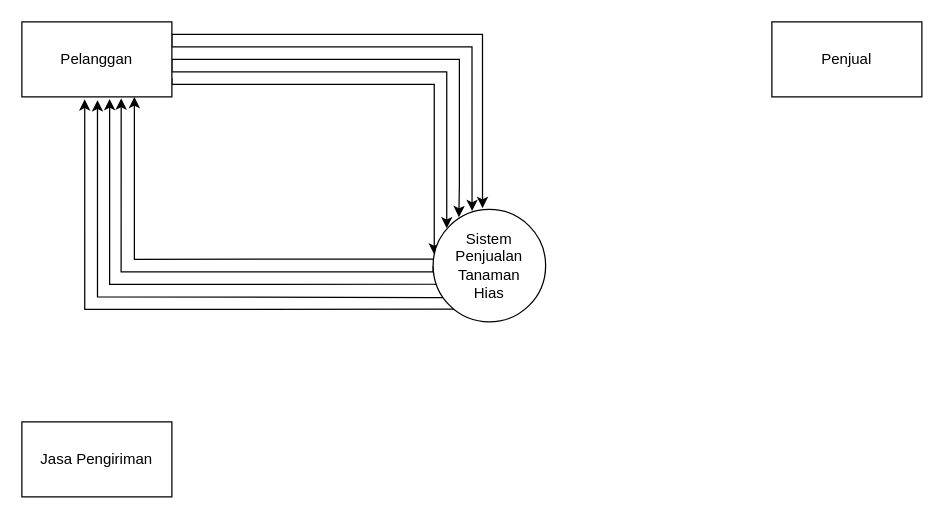
Above: Diagram Konteks UTS RPL.drawio in xnoname2003/flowchart (draw.io), before the change. Source tidied: cells renumbered, new cells numbered last; positions are measured from the earlier drawing's top-left corner, leaving out a move shared by most shapes. Both pictures are drawn from the tidied source at 125%, with x=0, y=0 at pixel (21, 21).
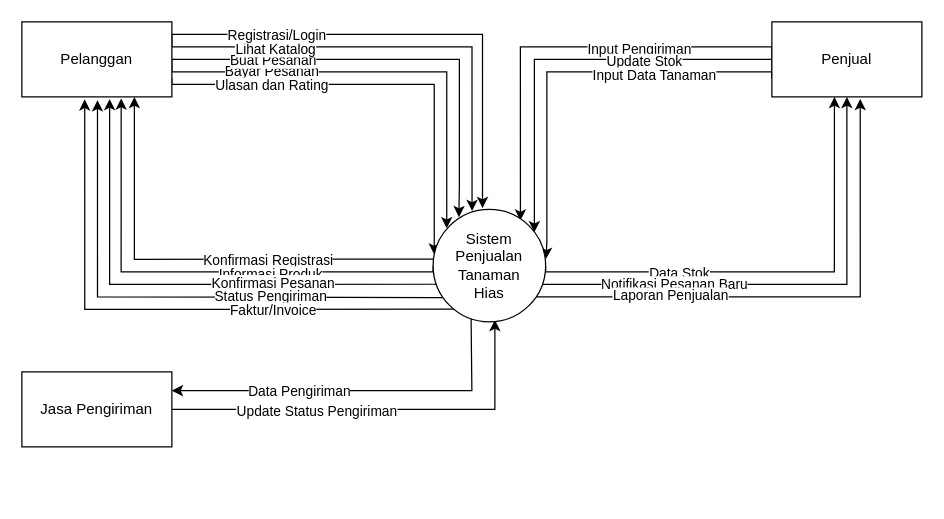
The same diagram, later.

Unchanged cells that the change refers to:
```xml
<mxCell id="2" style="edgeStyle=orthogonalEdgeStyle;rounded=0;jettySize=auto;html=1;exitX=1;exitY=0.5;exitDx=0;exitDy=0;entryX=0.121;entryY=0.168;entryDx=0;entryDy=0;entryPerimeter=0;" parent="1" edge="1" source="7" target="15">
  <mxGeometry relative="1" as="geometry">
    <Array as="points">
      <mxPoint x="120" y="40" />
      <mxPoint x="340" y="40" />
    </Array>
  </mxGeometry>
</mxCell>
<mxCell id="3" style="edgeStyle=orthogonalEdgeStyle;rounded=0;jettySize=auto;html=1;exitX=1;exitY=0.5;exitDx=0;exitDy=0;entryX=0.229;entryY=0.069;entryDx=0;entryDy=0;entryPerimeter=0;" parent="1" edge="1" source="7" target="15">
  <mxGeometry relative="1" as="geometry">
    <Array as="points">
      <mxPoint x="350" y="30" />
      <mxPoint x="350" y="130" />
      <mxPoint x="350" y="130" />
    </Array>
  </mxGeometry>
</mxCell>
<mxCell id="4" style="edgeStyle=orthogonalEdgeStyle;rounded=0;jettySize=auto;html=1;exitX=1;exitY=0.25;exitDx=0;exitDy=0;entryX=0.346;entryY=0.014;entryDx=0;entryDy=0;entryPerimeter=0;" parent="1" edge="1" source="7" target="15">
  <mxGeometry relative="1" as="geometry">
    <Array as="points">
      <mxPoint x="120" y="20" />
      <mxPoint x="360" y="20" />
    </Array>
  </mxGeometry>
</mxCell>
<mxCell id="5" style="edgeStyle=orthogonalEdgeStyle;rounded=0;jettySize=auto;html=1;exitX=1;exitY=0.75;exitDx=0;exitDy=0;entryX=0.01;entryY=0.402;entryDx=0;entryDy=0;entryPerimeter=0;" parent="1" edge="1" source="7" target="15">
  <mxGeometry relative="1" as="geometry">
    <Array as="points">
      <mxPoint x="120" y="50" />
      <mxPoint x="330" y="50" />
    </Array>
  </mxGeometry>
</mxCell>
<mxCell id="6" style="edgeStyle=orthogonalEdgeStyle;rounded=0;jettySize=auto;html=1;exitX=1;exitY=0.25;exitDx=0;exitDy=0;entryX=0.439;entryY=-0.011;entryDx=0;entryDy=0;entryPerimeter=0;" parent="1" edge="1" source="7" target="15">
  <mxGeometry relative="1" as="geometry">
    <Array as="points">
      <mxPoint x="120" y="10" />
      <mxPoint x="369" y="10" />
    </Array>
  </mxGeometry>
</mxCell>
<mxCell id="9" value="Penjual" style="rounded=0;whiteSpace=wrap;html=1;" parent="1" vertex="1">
  <mxGeometry x="600" width="120" height="60" as="geometry" />
</mxCell>
<mxCell id="10" style="edgeStyle=orthogonalEdgeStyle;rounded=0;jettySize=auto;html=1;exitX=0.004;exitY=0.443;exitDx=0;exitDy=0;entryX=0.75;entryY=1;entryDx=0;entryDy=0;exitPerimeter=0;" parent="1" edge="1" source="15" target="7">
  <mxGeometry relative="1" as="geometry">
    <Array as="points">
      <mxPoint x="90" y="190" />
    </Array>
  </mxGeometry>
</mxCell>
<mxCell id="11" style="edgeStyle=orthogonalEdgeStyle;rounded=0;jettySize=auto;html=1;exitX=0;exitY=0.5;exitDx=0;exitDy=0;entryX=0.662;entryY=1.02;entryDx=0;entryDy=0;entryPerimeter=0;" parent="1" edge="1" source="15" target="7">
  <mxGeometry relative="1" as="geometry">
    <Array as="points">
      <mxPoint x="329" y="200" />
      <mxPoint x="79" y="200" />
    </Array>
  </mxGeometry>
</mxCell>
<mxCell id="12" style="edgeStyle=orthogonalEdgeStyle;rounded=0;jettySize=auto;html=1;exitX=0.027;exitY=0.666;exitDx=0;exitDy=0;entryX=0.585;entryY=1.029;entryDx=0;entryDy=0;entryPerimeter=0;exitPerimeter=0;" parent="1" edge="1" source="15" target="7">
  <mxGeometry relative="1" as="geometry">
    <Array as="points">
      <mxPoint x="329" y="210" />
      <mxPoint x="70" y="210" />
    </Array>
  </mxGeometry>
</mxCell>
<mxCell id="13" style="edgeStyle=orthogonalEdgeStyle;rounded=0;jettySize=auto;html=1;exitX=0.09;exitY=0.784;exitDx=0;exitDy=0;entryX=0.504;entryY=1.044;entryDx=0;entryDy=0;entryPerimeter=0;exitPerimeter=0;" parent="1" edge="1" source="15" target="7">
  <mxGeometry relative="1" as="geometry">
    <Array as="points">
      <mxPoint x="329" y="221" />
      <mxPoint x="61" y="220" />
    </Array>
  </mxGeometry>
</mxCell>
<mxCell id="14" style="edgeStyle=orthogonalEdgeStyle;rounded=0;jettySize=auto;html=1;exitX=0.192;exitY=0.887;exitDx=0;exitDy=0;entryX=0.419;entryY=1.033;entryDx=0;entryDy=0;entryPerimeter=0;exitPerimeter=0;" parent="1" edge="1" source="15" target="7">
  <mxGeometry relative="1" as="geometry">
    <Array as="points">
      <mxPoint x="342" y="230" />
      <mxPoint x="50" y="230" />
    </Array>
  </mxGeometry>
</mxCell>
<mxCell id="15" value="Sistem Penjualan Tanaman&lt;div&gt;Hias&lt;/div&gt;" style="ellipse;whiteSpace=wrap;html=1;" parent="1" vertex="1">
  <mxGeometry x="329" y="150" width="90" height="90" as="geometry" />
</mxCell>
```

Diff of the diagram source:
```diff
@@
+    <mxCell id="16" value="Bayar Pesanan" style="edgeLabel;html=1;align=center;verticalAlign=middle;" parent="2" vertex="1">
+      <mxGeometry x="-0.5" y="1" relative="1" as="geometry" />
+    </mxCell>
@@
+    <mxCell id="17" value="Buat Pesanan" style="edgeLabel;html=1;align=center;verticalAlign=middle;" parent="3" vertex="1">
+      <mxGeometry x="-0.55" relative="1" as="geometry" />
+    </mxCell>
@@
+    <mxCell id="18" value="Lihat Katalog" style="edgeLabel;html=1;align=center;verticalAlign=middle;" parent="4" vertex="1">
+      <mxGeometry x="-0.54" y="-1" relative="1" as="geometry" />
+    </mxCell>
@@
+    <mxCell id="19" value="Ulasan dan Rating" style="edgeLabel;html=1;align=center;verticalAlign=middle;" parent="5" vertex="1">
+      <mxGeometry x="-0.52" relative="1" as="geometry" />
+    </mxCell>
@@
+    <mxCell id="20" value="Registrasi/Login" style="edgeLabel;html=1;align=center;verticalAlign=middle;" parent="6" vertex="1">
+      <mxGeometry x="-0.55" relative="1" as="geometry" />
+    </mxCell>
@@
+    <mxCell id="21" style="edgeStyle=orthogonalEdgeStyle;rounded=0;jettySize=auto;html=1;exitX=1;exitY=0.5;exitDx=0;exitDy=0;entryX=0.549;entryY=0.983;entryDx=0;entryDy=0;entryPerimeter=0;" parent="1" edge="1" source="8" target="15">
+      <mxGeometry relative="1" as="geometry" />
+    </mxCell>
+    <mxCell id="22" value="Update Status Pengiriman" style="edgeLabel;html=1;align=center;verticalAlign=middle;" parent="21" vertex="1">
+      <mxGeometry x="-0.3" y="-1" relative="1" as="geometry" />
+    </mxCell>
     <mxCell id="8" value="Jasa Pengiriman" style="rounded=0;whiteSpace=wrap;html=1;" parent="1" vertex="1">
-      <mxGeometry y="320" width="120" height="60" as="geometry" />
+      <mxGeometry y="280" width="120" height="60" as="geometry" />
     </mxCell>
+    <mxCell id="23" style="edgeStyle=orthogonalEdgeStyle;rounded=0;jettySize=auto;html=1;exitX=0;exitY=0.5;exitDx=0;exitDy=0;entryX=0.776;entryY=0.1;entryDx=0;entryDy=0;entryPerimeter=0;" parent="1" edge="1" source="9" target="15">
+      <mxGeometry relative="1" as="geometry">
+        <Array as="points">
+          <mxPoint x="600" y="20" />
+          <mxPoint x="399" y="20" />
+        </Array>
+      </mxGeometry>
+    </mxCell>
+    <mxCell id="24" value="Input Pengiriman" style="edgeLabel;html=1;align=center;verticalAlign=middle;" parent="23" vertex="1">
+      <mxGeometry x="-0.33" y="1" relative="1" as="geometry" />
+    </mxCell>
+    <mxCell id="25" style="edgeStyle=orthogonalEdgeStyle;rounded=0;jettySize=auto;html=1;exitX=0;exitY=0.75;exitDx=0;exitDy=0;entryX=0.9;entryY=0.204;entryDx=0;entryDy=0;entryPerimeter=0;" parent="1" edge="1" source="9" target="15">
+      <mxGeometry relative="1" as="geometry">
+        <Array as="points">
+          <mxPoint x="600" y="30" />
+          <mxPoint x="410" y="30" />
+        </Array>
+      </mxGeometry>
+    </mxCell>
+    <mxCell id="26" value="Update Stok" style="edgeLabel;html=1;align=center;verticalAlign=middle;" parent="25" vertex="1">
+      <mxGeometry x="-0.31" y="1" relative="1" as="geometry" />
+    </mxCell>
+    <mxCell id="27" style="edgeStyle=orthogonalEdgeStyle;rounded=0;jettySize=auto;html=1;exitX=0;exitY=0.75;exitDx=0;exitDy=0;entryX=1.004;entryY=0.44;entryDx=0;entryDy=0;entryPerimeter=0;" parent="1" edge="1" source="9" target="15">
+      <mxGeometry relative="1" as="geometry">
+        <Array as="points">
+          <mxPoint x="600" y="40" />
+          <mxPoint x="420" y="40" />
+          <mxPoint x="420" y="175" />
+          <mxPoint x="419" y="175" />
+        </Array>
+      </mxGeometry>
+    </mxCell>
+    <mxCell id="28" value="Input Data Tanaman" style="edgeLabel;html=1;align=center;verticalAlign=middle;" parent="27" vertex="1">
+      <mxGeometry x="-0.4" y="2" relative="1" as="geometry" />
+    </mxCell>
@@
+    <mxCell id="29" value="Konfirmasi Registrasi" style="edgeLabel;html=1;align=center;verticalAlign=middle;" parent="10" vertex="1">
+      <mxGeometry x="-0.28" y="1" relative="1" as="geometry" />
+    </mxCell>
@@
+    <mxCell id="30" value="Informasi Produk" style="edgeLabel;html=1;align=center;verticalAlign=middle;" parent="11" vertex="1">
+      <mxGeometry x="-0.31" y="1" relative="1" as="geometry" />
+    </mxCell>
@@
+    <mxCell id="31" value="Konfirmasi Pesanan" style="edgeLabel;html=1;align=center;verticalAlign=middle;" parent="12" vertex="1">
+      <mxGeometry x="-0.36" y="-1" relative="1" as="geometry" />
+    </mxCell>
@@
+    <mxCell id="32" value="Status Pengiriman" style="edgeLabel;html=1;align=center;verticalAlign=middle;" parent="13" vertex="1">
+      <mxGeometry x="-0.36" y="-1" relative="1" as="geometry" />
+    </mxCell>
@@
+    <mxCell id="33" value="Faktur/Invoice" style="edgeLabel;html=1;align=center;verticalAlign=middle;" parent="14" vertex="1">
+      <mxGeometry x="-0.37" y="1" relative="1" as="geometry" />
+    </mxCell>
+    <mxCell id="34" style="edgeStyle=orthogonalEdgeStyle;rounded=0;jettySize=auto;html=1;exitX=1;exitY=0.5;exitDx=0;exitDy=0;entryX=0.417;entryY=1;entryDx=0;entryDy=0;entryPerimeter=0;" parent="1" edge="1" source="15" target="9">
+      <mxGeometry relative="1" as="geometry">
+        <Array as="points">
+          <mxPoint x="419" y="200" />
+          <mxPoint x="650" y="200" />
+        </Array>
+      </mxGeometry>
+    </mxCell>
+    <mxCell id="35" value="Data Stok" style="edgeLabel;html=1;align=center;verticalAlign=middle;" parent="34" vertex="1">
+      <mxGeometry x="-0.41" relative="1" as="geometry" />
+    </mxCell>
+    <mxCell id="36" style="edgeStyle=orthogonalEdgeStyle;rounded=0;jettySize=auto;html=1;exitX=1;exitY=1;exitDx=0;exitDy=0;entryX=0.5;entryY=1;entryDx=0;entryDy=0;" parent="1" edge="1" source="15" target="9">
+      <mxGeometry relative="1" as="geometry">
+        <Array as="points">
+          <mxPoint x="406" y="210" />
+          <mxPoint x="660" y="210" />
+        </Array>
+      </mxGeometry>
+    </mxCell>
+    <mxCell id="37" value="Notifikasi Pesanan Baru" style="edgeLabel;html=1;align=center;verticalAlign=middle;" parent="36" vertex="1">
+      <mxGeometry x="-0.37" y="1" relative="1" as="geometry" />
+    </mxCell>
+    <mxCell id="38" style="edgeStyle=orthogonalEdgeStyle;rounded=0;jettySize=auto;html=1;exitX=1;exitY=1;exitDx=0;exitDy=0;entryX=0.589;entryY=1.028;entryDx=0;entryDy=0;entryPerimeter=0;" parent="1" edge="1" source="15" target="9">
+      <mxGeometry relative="1" as="geometry">
+        <Array as="points">
+          <mxPoint x="406" y="220" />
+          <mxPoint x="671" y="220" />
+        </Array>
+      </mxGeometry>
+    </mxCell>
+    <mxCell id="39" value="Laporan Penjualan" style="edgeLabel;html=1;align=center;verticalAlign=middle;" parent="38" vertex="1">
+      <mxGeometry x="-0.44" y="2" relative="1" as="geometry" />
+    </mxCell>
+    <mxCell id="40" style="edgeStyle=orthogonalEdgeStyle;rounded=0;jettySize=auto;html=1;exitX=0.338;exitY=0.971;exitDx=0;exitDy=0;entryX=1;entryY=0.25;entryDx=0;entryDy=0;exitPerimeter=0;" parent="1" edge="1" source="15" target="8">
+      <mxGeometry relative="1" as="geometry">
+        <Array as="points">
+          <mxPoint x="359" y="240" />
+          <mxPoint x="360" y="240" />
+          <mxPoint x="360" y="295" />
+        </Array>
+      </mxGeometry>
+    </mxCell>
+    <mxCell id="41" value="Data Pengiriman" style="edgeLabel;html=1;align=center;verticalAlign=middle;" parent="40" vertex="1">
+      <mxGeometry x="0.32" relative="1" as="geometry" />
+    </mxCell>
```
